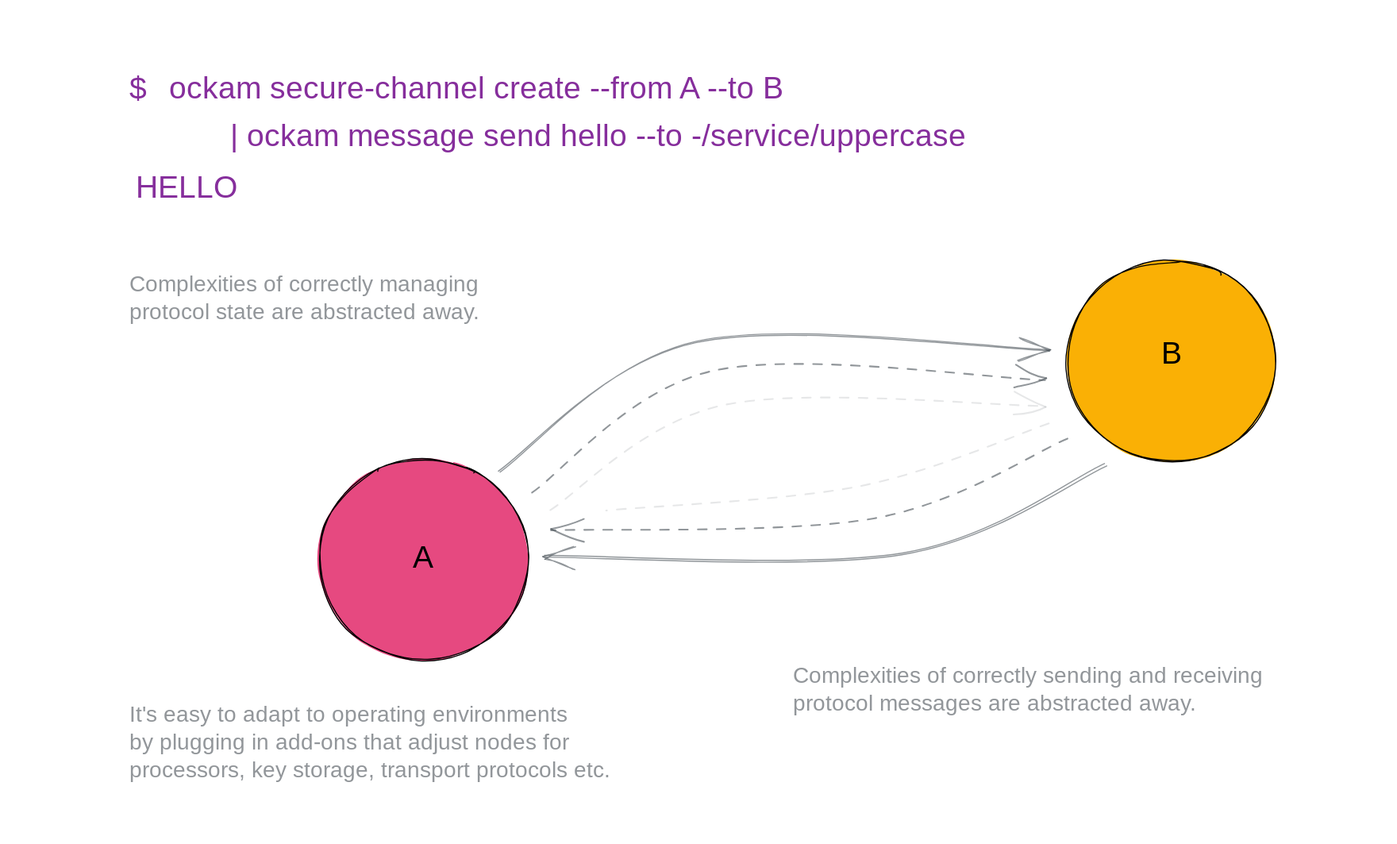
Above: .gitbook/assets/file.excalidraw.svg in build-trust/ockam-documentation (Excalidraw), before the change. Source tidied: one line per element, renumbered; positions are measured from the earlier drawing's top-left corner, leaving out a move shared by most shapes.
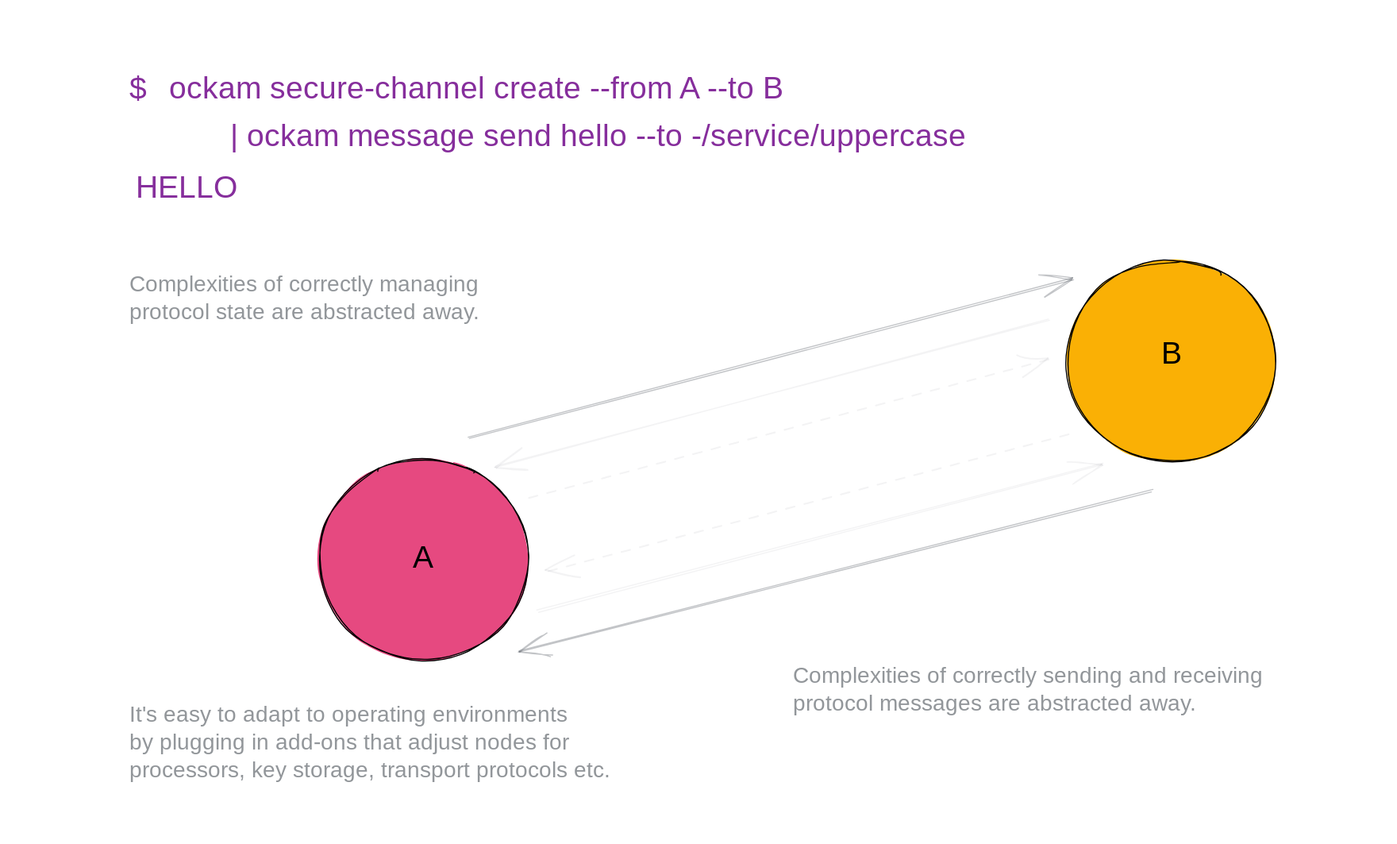
The same diagram one commit later.

Commit message:
GITBOOK-1002: change request with no subject merged in GitBook

Change to the diagram source:
```diff
@@ -3,16 +3,16 @@
 {"id": 2, "type": "ellipse", "strokeColor": "#000000", "backgroundColor": "#e64980", "fillStyle": "solid", "strokeWidth": 1, "roughness": 1, "x": 277, "y": 403, "width": 189, "height": 181}
 {"id": 3, "type": "text", "text": "A", "strokeColor": "#000000", "strokeWidth": 1, "roughness": 1, "fontSize": 28, "fontFamily": 1, "x": 361, "y": 476, "width": 20, "height": 35}
 {"id": 4, "type": "text", "text": "B", "strokeColor": "#000000", "strokeWidth": 1, "roughness": 1, "fontSize": 28, "fontFamily": 1, "x": 1035, "y": 292, "width": 22, "height": 35}
-{"id": 5, "type": "arrow", "strokeColor": "#49505799", "strokeWidth": 1, "roughness": 1, "endArrowhead": "arrow", "round": true, "from": 2, "to": 1, "x": 440, "y": 414, "width": 494, "height": 117, "points": [[0, 0], [176, -117], [494, -109]]}
 {"id": 6, "type": "text", "text": "Complexities of correctly managing\nprotocol state are abstracted away.", "strokeColor": "#49505799", "strokeWidth": 1, "roughness": 1, "fontSize": 20, "fontFamily": 1, "x": 107, "y": 234, "width": 376, "height": 50}
 {"id": 7, "type": "text", "text": "Complexities of correctly sending and receiving\nprotocol messages are abstracted away.", "strokeColor": "#49505799", "strokeWidth": 1, "roughness": 1, "fontSize": 20, "fontFamily": 1, "x": 703, "y": 586, "width": 452, "height": 50}
-{"id": 8, "type": "arrow", "strokeColor": "#49505799", "strokeWidth": 1, "strokeStyle": "dashed", "roughness": 1, "endArrowhead": "arrow", "round": true, "from": 2, "to": 1, "x": 468, "y": 432, "width": 463, "height": 109, "points": [[0, 0], [165, -109], [463, -100]]}
-{"id": 9, "type": "arrow", "strokeColor": "#49505799", "strokeWidth": 1, "roughness": 1, "endArrowhead": "arrow", "round": true, "from": 1, "to": 2, "x": 984, "y": 408, "width": 504, "height": 81, "points": [[0, 0], [-182, 79], [-504, 81]]}
-{"id": 10, "type": "arrow", "strokeColor": "#49505799", "strokeWidth": 1, "strokeStyle": "dashed", "roughness": 1, "endArrowhead": "arrow", "round": true, "from": 1, "to": 2, "x": 951, "y": 384, "width": 466, "height": 83, "points": [[0, 0], [-175, 73], [-466, 83]]}
-{"id": 11, "type": "arrow", "strokeColor": "#49505722", "strokeWidth": 1, "strokeStyle": "dashed", "roughness": 1, "endArrowhead": "arrow", "round": true, "from": 2, "to": 1, "x": 486, "y": 450, "width": 446, "height": 96, "points": [[0, 0], [157, -96], [446, -95]]}
-{"id": 12, "type": "arrow", "strokeColor": "#49505722", "strokeWidth": 1, "strokeStyle": "dashed", "roughness": 1, "round": true, "from": 1, "x": 933, "y": 370, "width": 398, "height": 80, "points": [[0, 0], [-171, 57], [-398, 80]]}
 {"id": 13, "type": "text", "text": "$", "strokeColor": "#862e9c", "strokeWidth": 1, "roughness": 1, "fontSize": 28, "fontFamily": 1, "x": 107, "y": 53, "width": 24, "height": 35}
 {"id": 14, "type": "text", "text": "ockam secure-channel create --from A --to B", "strokeColor": "#862e9c", "strokeWidth": 1, "roughness": 1, "fontSize": 28, "fontFamily": 1, "x": 142, "y": 53, "width": 627, "height": 35}
 {"id": 15, "type": "text", "text": "| ockam message send hello --to -/service/uppercase", "strokeColor": "#862e9c", "strokeWidth": 1, "roughness": 1, "fontSize": 28, "fontFamily": 1, "x": 197, "y": 96, "width": 721, "height": 35}
 {"id": 16, "type": "text", "text": "HELLO", "strokeColor": "#862e9c", "strokeWidth": 1, "roughness": 1, "fontSize": 28, "fontFamily": 1, "x": 112, "y": 142, "width": 90, "height": 35}
 {"id": 17, "type": "text", "text": "It's easy to adapt to operating environments\nby plugging in add-ons that adjust nodes for\nprocessors, key storage, transport protocols etc. ", "strokeColor": "#49505799", "strokeWidth": 1, "roughness": 1, "fontSize": 20, "fontFamily": 1, "x": 107, "y": 621, "width": 502, "height": 75}
+{"id": 18, "type": "arrow", "strokeColor": "#49505755", "strokeWidth": 1, "roughness": 1, "endArrowhead": "arrow", "round": true, "from": 2, "to": 1, "x": 412, "y": 384, "width": 544, "height": 144, "points": [[0, 0], [544, -144]]}
+{"id": 19, "type": "arrow", "strokeColor": "#49505755", "strokeWidth": 1, "roughness": 1, "endArrowhead": "arrow", "round": true, "from": 1, "to": 2, "x": 1027, "y": 431, "width": 571, "height": 145, "points": [[0, 0], [-571, 145]]}
+{"id": 20, "type": "arrow", "strokeColor": "#49505711", "strokeWidth": 1, "roughness": 1, "endArrowhead": "arrow", "round": true, "from": 1, "to": 2, "x": 933, "y": 278, "width": 497, "height": 131, "points": [[0, 0], [-497, 131]]}
+{"id": 21, "type": "arrow", "strokeColor": "#49505711", "strokeWidth": 1, "roughness": 1, "endArrowhead": "arrow", "round": true, "from": 2, "to": 1, "x": 474, "y": 540, "width": 508, "height": 133, "points": [[0, 0], [508, -133]]}
+{"id": 22, "type": "arrow", "strokeColor": "#49505711", "strokeWidth": 1, "strokeStyle": "dashed", "roughness": 1, "endArrowhead": "arrow", "round": true, "from": 2, "to": 1, "x": 467, "y": 437, "width": 467, "height": 123, "points": [[0, 0], [467, -123]]}
+{"id": 23, "type": "arrow", "strokeColor": "#49505711", "strokeWidth": 1, "strokeStyle": "dashed", "roughness": 1, "endArrowhead": "arrow", "round": true, "from": 1, "to": 2, "x": 951, "y": 379, "width": 472, "height": 126, "points": [[0, 0], [-472, 126]]}
```
